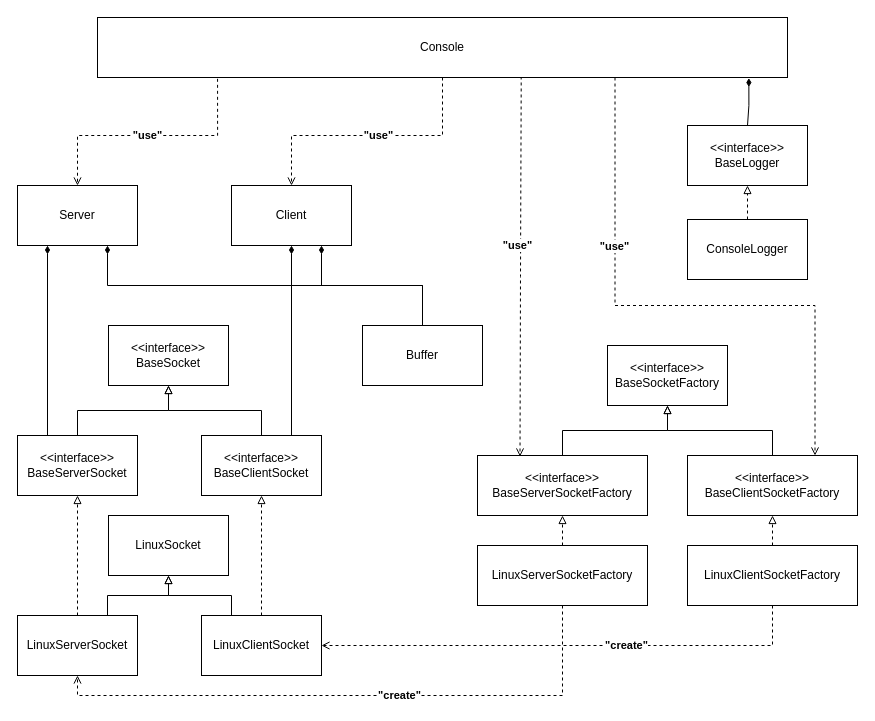
Above: docs/diagram/UMLClassDiagram.drawio in alex8399/file-transfer (draw.io), before the change. Source tidied: cells renumbered, new cells numbered last; positions are measured from the earlier drawing's top-left corner, leaving out a move shared by most shapes. Both pictures are drawn from the tidied source at 100%, with x=0, y=0 at pixel (17, 17).
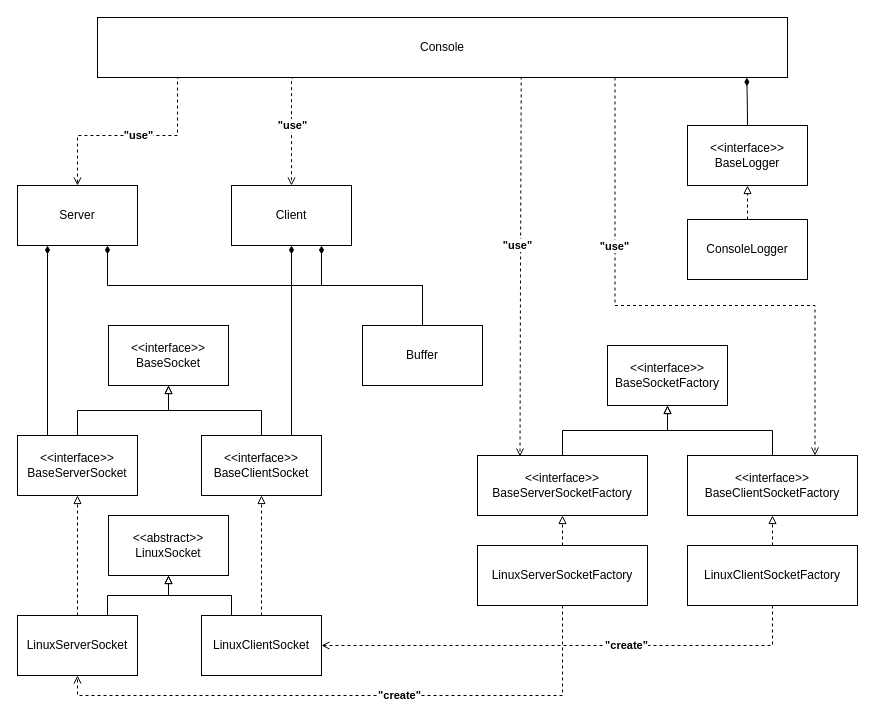
After the change.

Commit message (it also covers changes not shown here):
Update UML class diagram

Unchanged cells that the change refers to:
```xml
<mxCell id="28" value="&lt;div&gt;&amp;lt;&amp;lt;interface&amp;gt;&amp;gt;&lt;br&gt;&lt;/div&gt;BaseLogger" style="rounded=0;whiteSpace=wrap;html=1;" parent="1" vertex="1">
  <mxGeometry x="670" y="108" width="120" height="60" as="geometry" />
</mxCell>
<mxCell id="33" value="Server" style="rounded=0;whiteSpace=wrap;html=1;" parent="1" vertex="1">
  <mxGeometry y="168" width="120" height="60" as="geometry" />
</mxCell>
<mxCell id="36" value="Client" style="rounded=0;whiteSpace=wrap;html=1;" parent="1" vertex="1">
  <mxGeometry x="214" y="168" width="120" height="60" as="geometry" />
</mxCell>
<mxCell id="46" value="Console" style="rounded=0;whiteSpace=wrap;html=1;" parent="1" vertex="1">
  <mxGeometry x="80" width="690" height="60" as="geometry" />
</mxCell>
```

The edit, as a diff of the source:
```diff
@@
-    <mxCell id="14" value="LinuxSocket" style="rounded=0;whiteSpace=wrap;html=1;" parent="1" vertex="1">
+    <mxCell id="14" value="&lt;div&gt;&amp;lt;&amp;lt;abstract&amp;gt;&amp;gt;&lt;/div&gt;LinuxSocket" style="rounded=0;whiteSpace=wrap;html=1;" parent="1" vertex="1">
       <mxGeometry x="91" y="498" width="120" height="60" as="geometry" />
     </mxCell>
@@
-    <mxCell id="37" style="edgeStyle=orthogonalEdgeStyle;rounded=0;jettySize=auto;html=1;exitX=0.174;exitY=1.022;exitDx=0;exitDy=0;entryX=0.5;entryY=0;entryDx=0;entryDy=0;endArrow=open;endFill=0;dashed=1;exitPerimeter=0;" parent="1" edge="1" source="46" target="33">
+    <mxCell id="37" style="edgeStyle=orthogonalEdgeStyle;rounded=0;jettySize=auto;html=1;exitX=0.119;exitY=1.003;exitDx=0;exitDy=0;entryX=0.5;entryY=0;entryDx=0;entryDy=0;endArrow=open;endFill=0;dashed=1;exitPerimeter=0;" parent="1" edge="1" source="46" target="33">
       <mxGeometry relative="1" as="geometry">
         <Array as="points">
-          <mxPoint x="200" y="118" />
+          <mxPoint x="160" y="60" />
+          <mxPoint x="160" y="118" />
           <mxPoint x="60" y="118" />
         </Array>
       </mxGeometry>
     </mxCell>
     <mxCell id="38" value="&quot;use&quot;" style="edgeLabel;html=1;align=center;verticalAlign=middle;fontStyle=1;" parent="37" vertex="1">
       <mxGeometry x="0.04" y="-1" relative="1" as="geometry">
-        <mxPoint x="1" as="offset" />
+        <mxPoint x="10" as="offset" />
       </mxGeometry>
     </mxCell>
-    <mxCell id="39" style="edgeStyle=orthogonalEdgeStyle;rounded=0;jettySize=auto;html=1;exitX=0.5;exitY=1;exitDx=0;exitDy=0;entryX=0.5;entryY=0;entryDx=0;entryDy=0;endArrow=open;endFill=0;dashed=1;" parent="1" edge="1" source="46" target="36">
+    <mxCell id="39" style="edgeStyle=orthogonalEdgeStyle;rounded=0;jettySize=auto;html=1;exitX=0.283;exitY=1.017;exitDx=0;exitDy=0;entryX=0.5;entryY=0;entryDx=0;entryDy=0;endArrow=open;endFill=0;dashed=1;exitPerimeter=0;" parent="1" edge="1" source="46" target="36">
       <mxGeometry relative="1" as="geometry">
         <Array as="points">
-          <mxPoint x="425" y="118" />
-          <mxPoint x="274" y="118" />
+          <mxPoint x="275" y="60" />
+          <mxPoint x="274" y="60" />
         </Array>
       </mxGeometry>
     </mxCell>
     <mxCell id="40" value="&quot;use&quot;" style="edgeLabel;html=1;align=center;verticalAlign=middle;fontStyle=1;" parent="39" vertex="1">
       <mxGeometry x="-0.36" relative="1" as="geometry">
-        <mxPoint x="-40" y="-1" as="offset" />
+        <mxPoint y="15" as="offset" />
       </mxGeometry>
     </mxCell>
@@
-    <mxCell id="45" style="edgeStyle=orthogonalEdgeStyle;rounded=0;jettySize=auto;html=1;exitX=0.944;exitY=1.01;exitDx=0;exitDy=0;entryX=0.5;entryY=0;entryDx=0;entryDy=0;endArrow=none;endFill=0;startArrow=diamondThin;startFill=1;exitPerimeter=0;" parent="1" edge="1" source="46" target="28">
-      <mxGeometry relative="1" as="geometry">
-        <Array as="points">
-          <mxPoint x="731" y="88" />
-          <mxPoint x="731" y="118" />
-        </Array>
-      </mxGeometry>
-    </mxCell>
@@
+    <mxCell id="47" style="edgeStyle=orthogonalEdgeStyle;rounded=0;orthogonalLoop=1;jettySize=auto;html=1;exitX=0.941;exitY=0.983;exitDx=0;exitDy=0;endArrow=none;endFill=0;startArrow=diamondThin;startFill=1;exitPerimeter=0;" parent="1" edge="1">
+      <mxGeometry relative="1" as="geometry">
+        <mxPoint x="729.3" y="60" as="sourcePoint" />
+        <mxPoint x="730" y="108" as="targetPoint" />
+      </mxGeometry>
+    </mxCell>
```
